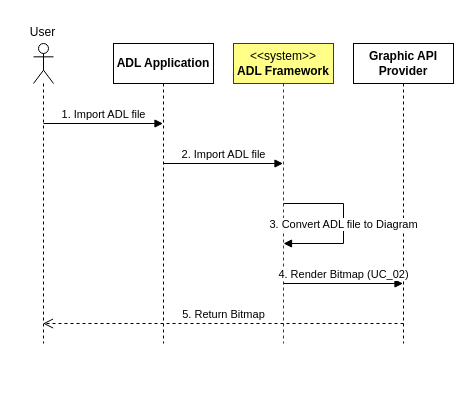
This is drawio/AddElement.drawio from phunm211/SW-Associate-Architecture, a draw.io file, before an edit. Source tidied: cells renumbered, new cells numbered last; positions are measured from the earlier drawing's top-left corner, leaving out a move shared by most shapes. Both pictures are drawn from the tidied source at 100%, with x=0, y=0 at pixel (17, 17).
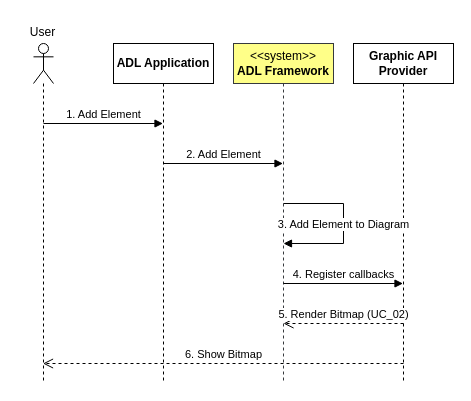
The same diagram, later.

The edit, as a diff of the source:
```diff
@@
 <mxGraphModel>
   <root>
     <mxCell id="0" />
     <mxCell id="1" parent="0" />
     <mxCell id="2" style="shape=umlLifeline;perimeter=lifelinePerimeter;whiteSpace=wrap;html=1;outlineConnect=0;portConstraint=eastwest;newEdgeStyle={&quot;curved&quot;:0,&quot;rounded&quot;:0};participant=umlActor;" parent="1" vertex="1">
-      <mxGeometry x="16" y="26" width="20" height="300" as="geometry" />
+      <mxGeometry x="16" y="26" width="20" height="340" as="geometry" />
     </mxCell>
     <mxCell id="3" value="ADL Application" style="shape=umlLifeline;perimeter=lifelinePerimeter;whiteSpace=wrap;html=1;outlineConnect=0;portConstraint=eastwest;newEdgeStyle={&quot;curved&quot;:0,&quot;rounded&quot;:0};fontStyle=1;" parent="1" vertex="1">
-      <mxGeometry x="96" y="26" width="100" height="300" as="geometry" />
+      <mxGeometry x="96" y="26" width="100" height="340" as="geometry" />
     </mxCell>
     <mxCell id="4" value="&amp;lt;&amp;lt;system&amp;gt;&amp;gt;&lt;br&gt;&lt;b&gt;ADL Framework&lt;/b&gt;" style="shape=umlLifeline;perimeter=lifelinePerimeter;whiteSpace=wrap;html=1;outlineConnect=0;portConstraint=eastwest;newEdgeStyle={&quot;curved&quot;:0,&quot;rounded&quot;:0};fillColor=#ffff88;strokeColor=#36393d;" parent="1" vertex="1">
-      <mxGeometry x="216" y="26" width="100" height="300" as="geometry" />
+      <mxGeometry x="216" y="26" width="100" height="340" as="geometry" />
     </mxCell>
     <mxCell id="5" value="&lt;b&gt;Graphic API Provider&lt;/b&gt;" style="shape=umlLifeline;perimeter=lifelinePerimeter;whiteSpace=wrap;html=1;outlineConnect=0;portConstraint=eastwest;newEdgeStyle={&quot;curved&quot;:0,&quot;rounded&quot;:0};" parent="1" vertex="1">
-      <mxGeometry x="336" y="26" width="100" height="300" as="geometry" />
+      <mxGeometry x="336" y="26" width="100" height="340" as="geometry" />
     </mxCell>
     <mxCell id="6" value="User" style="text;html=1;align=center;verticalAlign=middle;strokeColor=none;fillColor=none;" parent="1" vertex="1">
       <mxGeometry width="50" height="30" as="geometry" />
     </mxCell>
-    <mxCell id="7" value="1. Import ADL file" style="html=1;verticalAlign=bottom;endArrow=block;curved=0;rounded=0;" parent="1" edge="1" target="3">
+    <mxCell id="7" value="1. Add Element" style="html=1;verticalAlign=bottom;endArrow=block;curved=0;rounded=0;" parent="1" edge="1" target="3">
       <mxGeometry relative="1" as="geometry">
         <mxPoint x="26" y="106" as="sourcePoint" />
       </mxGeometry>
     </mxCell>
-    <mxCell id="8" value="2. Import ADL file" style="html=1;verticalAlign=bottom;endArrow=block;curved=0;rounded=0;" parent="1" edge="1" target="4">
+    <mxCell id="8" value="2. Add Element" style="html=1;verticalAlign=bottom;endArrow=block;curved=0;rounded=0;" parent="1" edge="1" target="4">
       <mxGeometry relative="1" as="geometry">
         <mxPoint x="146" y="146" as="sourcePoint" />
       </mxGeometry>
     </mxCell>
-    <mxCell id="9" value="3. Convert ADL file to Diagram" style="html=1;verticalAlign=bottom;endArrow=block;rounded=0;edgeStyle=elbowEdgeStyle;" parent="1" edge="1">
+    <mxCell id="9" value="3. Add Element to Diagram" style="html=1;verticalAlign=bottom;endArrow=block;rounded=0;edgeStyle=elbowEdgeStyle;" parent="1" edge="1">
       <mxGeometry x="0.12" relative="1" as="geometry">
         <mxPoint x="266" y="186" as="sourcePoint" />
         <mxPoint x="266" y="226" as="targetPoint" />
         <Array as="points">
           <mxPoint x="326" y="206" />
         </Array>
       </mxGeometry>
     </mxCell>
-    <mxCell id="10" value="4. Render Bitmap (UC_02)" style="html=1;verticalAlign=bottom;endArrow=block;curved=0;rounded=0;" parent="1" edge="1" target="5">
+    <mxCell id="10" value="4. Register callbacks" style="html=1;verticalAlign=bottom;endArrow=block;curved=0;rounded=0;" parent="1" edge="1" target="5">
       <mxGeometry relative="1" as="geometry">
         <mxPoint x="266" y="266" as="sourcePoint" />
       </mxGeometry>
     </mxCell>
-    <mxCell id="11" value="5. Return Bitmap" style="html=1;verticalAlign=bottom;endArrow=open;dashed=1;endSize=8;curved=0;rounded=0;" parent="1" edge="1" target="2">
+    <mxCell id="11" value="5. Render Bitmap (UC_02)" style="html=1;verticalAlign=bottom;endArrow=open;dashed=1;endSize=8;curved=0;rounded=0;" parent="1" edge="1">
       <mxGeometry relative="1" as="geometry">
         <mxPoint x="386" y="306" as="sourcePoint" />
+        <mxPoint x="266" y="306" as="targetPoint" />
       </mxGeometry>
     </mxCell>
+    <mxCell id="12" value="6. Show Bitmap" style="html=1;verticalAlign=bottom;endArrow=open;dashed=1;endSize=8;curved=0;rounded=0;" parent="1" edge="1" target="2">
+      <mxGeometry relative="1" as="geometry">
+        <mxPoint x="386" y="346" as="sourcePoint" />
+      </mxGeometry>
+    </mxCell>
   </root>
 </mxGraphModel>
```
